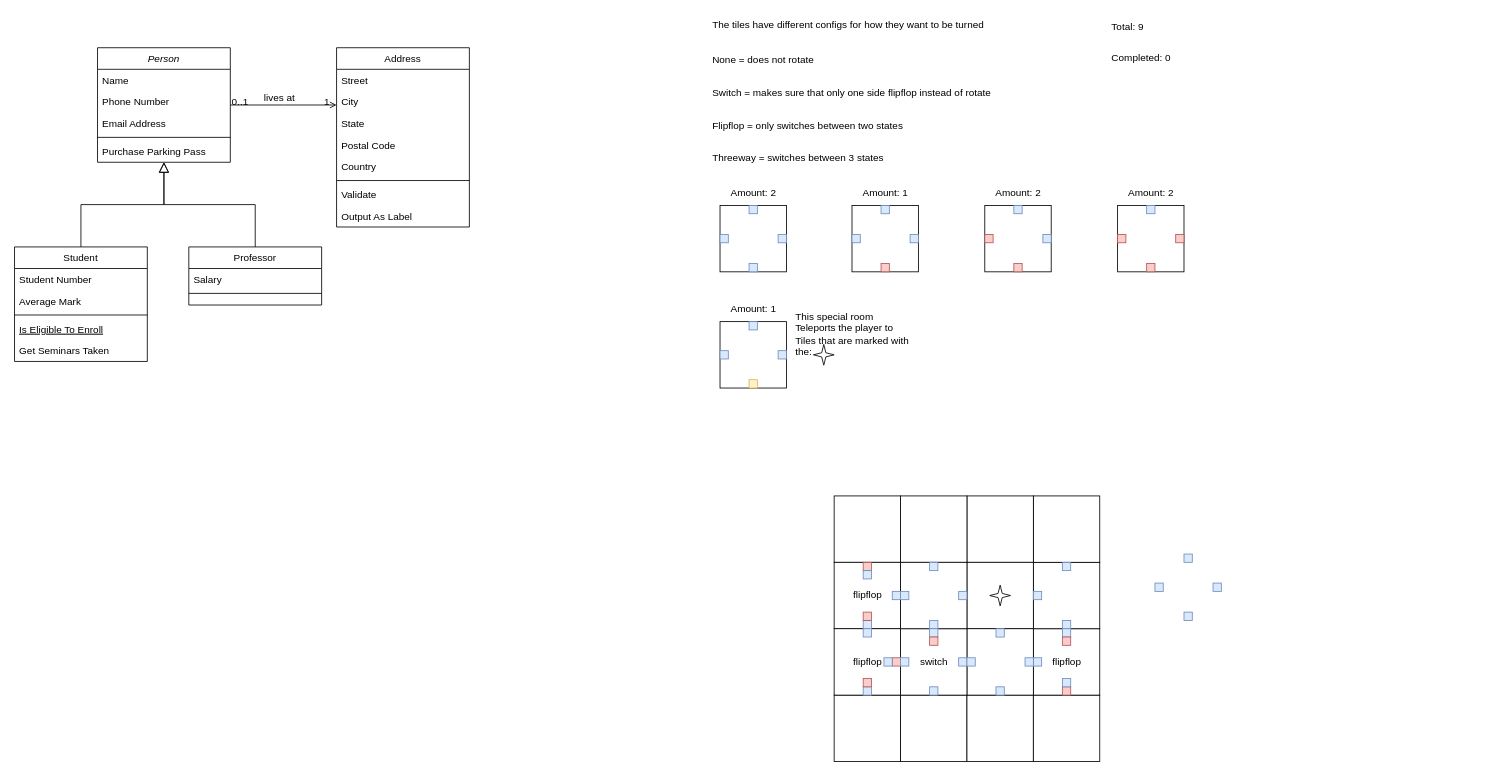
This is Content/GameJam/Maps/Art/SimcenGameJamRoom.drawio from Jari-van-der-Kolk/ChristmasGameJam, a draw.io file, before an edit. Source tidied: cells renumbered, new cells numbered last; positions are measured from the earlier drawing's top-left corner, leaving out a move shared by most shapes. Both pictures are drawn from the tidied source at 83%, with x=0, y=0 at pixel (14, 14).
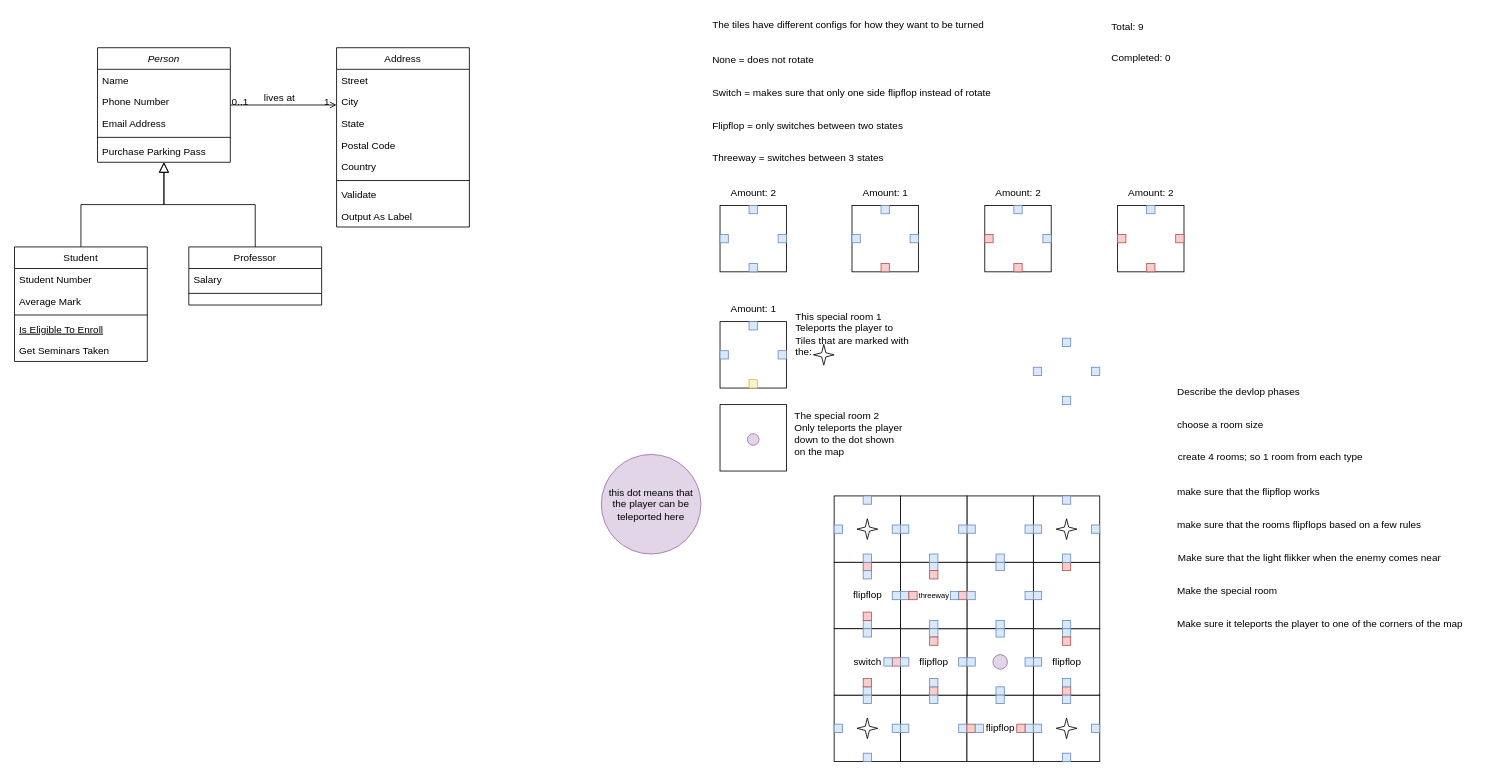
After the change.

The edit, as a diff of the source:
```diff
@@
-    <mxCell id="55" style="whiteSpace=wrap;html=1;" parent="1" vertex="1">
+    <mxCell id="55" value="flipflop" style="whiteSpace=wrap;html=1;" parent="1" vertex="1">
       <mxGeometry x="1147.5" y="820" width="80" height="80" as="geometry" />
     </mxCell>
@@
-    <mxCell id="76" value="&lt;div&gt;This special room&lt;br&gt;Teleports the player to&lt;br&gt;Tiles that are marked with&lt;/div&gt;&lt;div&gt;the: &lt;br&gt;&lt;/div&gt;" style="text;html=1;align=left;verticalAlign=middle;strokeColor=none;fillColor=none;" parent="1" vertex="1">
+    <mxCell id="76" value="&lt;div&gt;This special room 1&lt;br&gt;Teleports the player to&lt;br&gt;Tiles that are marked with&lt;/div&gt;&lt;div&gt;the: &lt;br&gt;&lt;/div&gt;" style="text;html=1;align=left;verticalAlign=middle;strokeColor=none;fillColor=none;" parent="1" vertex="1">
       <mxGeometry x="939" y="350" width="160" height="70" as="geometry" />
     </mxCell>
@@
-    <mxCell id="82" value="switch" style="whiteSpace=wrap;html=1;" parent="1" vertex="1">
+    <mxCell id="82" value="flipflop" style="whiteSpace=wrap;html=1;" parent="1" vertex="1">
       <mxGeometry x="1067.5" y="740" width="80" height="80" as="geometry" />
     </mxCell>
-    <mxCell id="83" style="whiteSpace=wrap;html=1;" parent="1" vertex="1">
+    <mxCell id="83" value="&lt;font style=&quot;font-size: 9px;&quot;&gt;threeway&lt;/font&gt;" style="whiteSpace=wrap;html=1;" parent="1" vertex="1">
       <mxGeometry x="1067.5" y="660" width="80" height="80" as="geometry" />
     </mxCell>
@@
-    <mxCell id="86" value="&lt;div&gt;flipflop&lt;/div&gt;" style="whiteSpace=wrap;html=1;" parent="1" vertex="1">
+    <mxCell id="86" value="switch" style="whiteSpace=wrap;html=1;" parent="1" vertex="1">
       <mxGeometry x="987.5" y="740" width="80" height="80" as="geometry" />
     </mxCell>
@@
-    <mxCell id="89" style="rounded=0;whiteSpace=wrap;html=1;fillColor=#dae8fc;strokeColor=#6c8ebf;rotation=90;" parent="1" vertex="1">
+    <mxCell id="89" style="rounded=0;whiteSpace=wrap;html=1;fillColor=#f8cecc;strokeColor=#b85450;rotation=90;" parent="1" vertex="1">
       <mxGeometry x="1137.5" y="695" width="10" height="10" as="geometry" />
     </mxCell>
@@
     <mxCell id="96" style="rounded=0;whiteSpace=wrap;html=1;fillColor=#dae8fc;strokeColor=#6c8ebf;" parent="1" vertex="1">
-      <mxGeometry x="1374" y="685" width="10" height="10" as="geometry" />
+      <mxGeometry x="1227.5" y="425" width="10" height="10" as="geometry" />
     </mxCell>
     <mxCell id="97" style="rounded=0;whiteSpace=wrap;html=1;fillColor=#dae8fc;strokeColor=#6c8ebf;rotation=90;" parent="1" vertex="1">
-      <mxGeometry x="1409" y="650" width="10" height="10" as="geometry" />
+      <mxGeometry x="1262.5" y="390" width="10" height="10" as="geometry" />
     </mxCell>
     <mxCell id="98" style="rounded=0;whiteSpace=wrap;html=1;fillColor=#dae8fc;strokeColor=#6c8ebf;rotation=90;" parent="1" vertex="1">
-      <mxGeometry x="1444" y="685" width="10" height="10" as="geometry" />
+      <mxGeometry x="1297.5" y="425" width="10" height="10" as="geometry" />
     </mxCell>
     <mxCell id="99" style="rounded=0;whiteSpace=wrap;html=1;fillColor=#dae8fc;strokeColor=#6c8ebf;rotation=90;" parent="1" vertex="1">
-      <mxGeometry x="1409" y="720" width="10" height="10" as="geometry" />
+      <mxGeometry x="1262.5" y="460" width="10" height="10" as="geometry" />
     </mxCell>
@@
     <mxCell id="103" style="verticalLabelPosition=bottom;verticalAlign=top;html=1;shape=mxgraph.basic.4_point_star_2;dx=0.8;" parent="1" vertex="1">
-      <mxGeometry x="1175" y="687.5" width="25" height="25" as="geometry" />
+      <mxGeometry x="1015" y="607.5" width="25" height="25" as="geometry" />
     </mxCell>
@@
-    <mxCell id="105" style="rounded=0;whiteSpace=wrap;html=1;fillColor=#dae8fc;strokeColor=#6c8ebf;rotation=90;" parent="1" vertex="1">
+    <mxCell id="105" style="rounded=0;whiteSpace=wrap;html=1;fillColor=#f8cecc;strokeColor=#b85450;rotation=90;" parent="1" vertex="1">
       <mxGeometry x="1262.5" y="660" width="10" height="10" as="geometry" />
     </mxCell>
@@
-    <mxCell id="118" style="rounded=0;whiteSpace=wrap;html=1;fillColor=#dae8fc;strokeColor=#6c8ebf;rotation=90;" parent="1" vertex="1">
+    <mxCell id="118" style="rounded=0;whiteSpace=wrap;html=1;fillColor=#f8cecc;strokeColor=#b85450;rotation=90;" parent="1" vertex="1">
       <mxGeometry x="1102.5" y="810" width="10" height="10" as="geometry" />
     </mxCell>
@@
+    <mxCell id="124" style="rounded=0;whiteSpace=wrap;html=1;fillColor=#dae8fc;strokeColor=#6c8ebf;" parent="1" vertex="1">
+      <mxGeometry x="1227.5" y="615" width="10" height="10" as="geometry" />
+    </mxCell>
+    <mxCell id="125" style="rounded=0;whiteSpace=wrap;html=1;fillColor=#dae8fc;strokeColor=#6c8ebf;rotation=90;" parent="1" vertex="1">
+      <mxGeometry x="1262.5" y="580" width="10" height="10" as="geometry" />
+    </mxCell>
+    <mxCell id="126" style="rounded=0;whiteSpace=wrap;html=1;fillColor=#dae8fc;strokeColor=#6c8ebf;rotation=90;" parent="1" vertex="1">
+      <mxGeometry x="1297.5" y="615" width="10" height="10" as="geometry" />
+    </mxCell>
+    <mxCell id="127" style="rounded=0;whiteSpace=wrap;html=1;fillColor=#dae8fc;strokeColor=#6c8ebf;rotation=90;" parent="1" vertex="1">
+      <mxGeometry x="1262.5" y="650" width="10" height="10" as="geometry" />
+    </mxCell>
+    <mxCell id="128" style="rounded=0;whiteSpace=wrap;html=1;fillColor=#dae8fc;strokeColor=#6c8ebf;" parent="1" vertex="1">
+      <mxGeometry x="1147.5" y="615" width="10" height="10" as="geometry" />
+    </mxCell>
+    <mxCell id="129" style="rounded=0;whiteSpace=wrap;html=1;fillColor=#dae8fc;strokeColor=#6c8ebf;rotation=90;" parent="1" vertex="1">
+      <mxGeometry x="1217.5" y="615" width="10" height="10" as="geometry" />
+    </mxCell>
+    <mxCell id="130" style="rounded=0;whiteSpace=wrap;html=1;fillColor=#dae8fc;strokeColor=#6c8ebf;rotation=90;" parent="1" vertex="1">
+      <mxGeometry x="1182.5" y="650" width="10" height="10" as="geometry" />
+    </mxCell>
+    <mxCell id="131" style="rounded=0;whiteSpace=wrap;html=1;fillColor=#dae8fc;strokeColor=#6c8ebf;" parent="1" vertex="1">
+      <mxGeometry x="1067.5" y="615" width="10" height="10" as="geometry" />
+    </mxCell>
+    <mxCell id="132" style="rounded=0;whiteSpace=wrap;html=1;fillColor=#dae8fc;strokeColor=#6c8ebf;rotation=90;" parent="1" vertex="1">
+      <mxGeometry x="1137.5" y="615" width="10" height="10" as="geometry" />
+    </mxCell>
+    <mxCell id="133" style="rounded=0;whiteSpace=wrap;html=1;fillColor=#dae8fc;strokeColor=#6c8ebf;rotation=90;" parent="1" vertex="1">
+      <mxGeometry x="1102.5" y="650" width="10" height="10" as="geometry" />
+    </mxCell>
+    <mxCell id="134" style="rounded=0;whiteSpace=wrap;html=1;fillColor=#dae8fc;strokeColor=#6c8ebf;" parent="1" vertex="1">
+      <mxGeometry x="987.5" y="615" width="10" height="10" as="geometry" />
+    </mxCell>
+    <mxCell id="135" style="rounded=0;whiteSpace=wrap;html=1;fillColor=#dae8fc;strokeColor=#6c8ebf;rotation=90;" parent="1" vertex="1">
+      <mxGeometry x="1022.5" y="580" width="10" height="10" as="geometry" />
+    </mxCell>
+    <mxCell id="136" style="rounded=0;whiteSpace=wrap;html=1;fillColor=#dae8fc;strokeColor=#6c8ebf;rotation=90;" parent="1" vertex="1">
+      <mxGeometry x="1057.5" y="615" width="10" height="10" as="geometry" />
+    </mxCell>
+    <mxCell id="137" style="rounded=0;whiteSpace=wrap;html=1;fillColor=#dae8fc;strokeColor=#6c8ebf;rotation=90;" parent="1" vertex="1">
+      <mxGeometry x="1022.5" y="650" width="10" height="10" as="geometry" />
+    </mxCell>
+    <mxCell id="138" style="rounded=0;whiteSpace=wrap;html=1;fillColor=#dae8fc;strokeColor=#6c8ebf;" parent="1" vertex="1">
+      <mxGeometry x="987.5" y="855" width="10" height="10" as="geometry" />
+    </mxCell>
+    <mxCell id="139" style="rounded=0;whiteSpace=wrap;html=1;fillColor=#dae8fc;strokeColor=#6c8ebf;rotation=90;" parent="1" vertex="1">
+      <mxGeometry x="1022.5" y="820" width="10" height="10" as="geometry" />
+    </mxCell>
+    <mxCell id="140" style="rounded=0;whiteSpace=wrap;html=1;fillColor=#dae8fc;strokeColor=#6c8ebf;rotation=90;" parent="1" vertex="1">
+      <mxGeometry x="1057.5" y="855" width="10" height="10" as="geometry" />
+    </mxCell>
+    <mxCell id="141" style="rounded=0;whiteSpace=wrap;html=1;fillColor=#dae8fc;strokeColor=#6c8ebf;rotation=90;" parent="1" vertex="1">
+      <mxGeometry x="1022.5" y="890" width="10" height="10" as="geometry" />
+    </mxCell>
+    <mxCell id="142" style="rounded=0;whiteSpace=wrap;html=1;fillColor=#dae8fc;strokeColor=#6c8ebf;" parent="1" vertex="1">
+      <mxGeometry x="1067.5" y="855" width="10" height="10" as="geometry" />
+    </mxCell>
+    <mxCell id="143" style="rounded=0;whiteSpace=wrap;html=1;fillColor=#dae8fc;strokeColor=#6c8ebf;rotation=90;" parent="1" vertex="1">
+      <mxGeometry x="1102.5" y="820" width="10" height="10" as="geometry" />
+    </mxCell>
+    <mxCell id="144" style="rounded=0;whiteSpace=wrap;html=1;fillColor=#dae8fc;strokeColor=#6c8ebf;rotation=90;" parent="1" vertex="1">
+      <mxGeometry x="1137.5" y="855" width="10" height="10" as="geometry" />
+    </mxCell>
+    <mxCell id="145" style="rounded=0;whiteSpace=wrap;html=1;fillColor=#f8cecc;strokeColor=#b85450;" parent="1" vertex="1">
+      <mxGeometry x="1147.5" y="855" width="10" height="10" as="geometry" />
+    </mxCell>
+    <mxCell id="146" style="rounded=0;whiteSpace=wrap;html=1;fillColor=#dae8fc;strokeColor=#6c8ebf;rotation=90;" parent="1" vertex="1">
+      <mxGeometry x="1182.5" y="820" width="10" height="10" as="geometry" />
+    </mxCell>
+    <mxCell id="147" style="rounded=0;whiteSpace=wrap;html=1;fillColor=#dae8fc;strokeColor=#6c8ebf;rotation=90;" parent="1" vertex="1">
+      <mxGeometry x="1217.5" y="855" width="10" height="10" as="geometry" />
+    </mxCell>
+    <mxCell id="148" style="rounded=0;whiteSpace=wrap;html=1;fillColor=#dae8fc;strokeColor=#6c8ebf;" parent="1" vertex="1">
+      <mxGeometry x="1227.5" y="855" width="10" height="10" as="geometry" />
+    </mxCell>
+    <mxCell id="149" style="rounded=0;whiteSpace=wrap;html=1;fillColor=#dae8fc;strokeColor=#6c8ebf;rotation=90;" parent="1" vertex="1">
+      <mxGeometry x="1262.5" y="820" width="10" height="10" as="geometry" />
+    </mxCell>
+    <mxCell id="150" style="rounded=0;whiteSpace=wrap;html=1;fillColor=#dae8fc;strokeColor=#6c8ebf;rotation=90;" parent="1" vertex="1">
+      <mxGeometry x="1297.5" y="855" width="10" height="10" as="geometry" />
+    </mxCell>
+    <mxCell id="151" style="rounded=0;whiteSpace=wrap;html=1;fillColor=#dae8fc;strokeColor=#6c8ebf;rotation=90;" parent="1" vertex="1">
+      <mxGeometry x="1262.5" y="890" width="10" height="10" as="geometry" />
+    </mxCell>
+    <mxCell id="152" style="rounded=0;whiteSpace=wrap;html=1;fillColor=#dae8fc;strokeColor=#6c8ebf;rotation=90;" parent="1" vertex="1">
+      <mxGeometry x="1102.5" y="800" width="10" height="10" as="geometry" />
+    </mxCell>
+    <mxCell id="153" style="rounded=0;whiteSpace=wrap;html=1;fillColor=#dae8fc;strokeColor=#6c8ebf;rotation=90;" parent="1" vertex="1">
+      <mxGeometry x="1127.5" y="695" width="10" height="10" as="geometry" />
+    </mxCell>
+    <mxCell id="154" style="rounded=0;whiteSpace=wrap;html=1;fillColor=#f8cecc;strokeColor=#b85450;rotation=90;" parent="1" vertex="1">
+      <mxGeometry x="1102.5" y="670" width="10" height="10" as="geometry" />
+    </mxCell>
+    <mxCell id="155" style="rounded=0;whiteSpace=wrap;html=1;fillColor=#f8cecc;strokeColor=#b85450;rotation=90;" parent="1" vertex="1">
+      <mxGeometry x="1077.5" y="695" width="10" height="10" as="geometry" />
+    </mxCell>
+    <mxCell id="156" value="&lt;div&gt;Describe the devlop phases &lt;/div&gt;" style="text;html=1;align=left;verticalAlign=middle;strokeColor=none;fillColor=none;" parent="1" vertex="1">
+      <mxGeometry x="1399" y="440" width="170" height="30" as="geometry" />
+    </mxCell>
+    <mxCell id="157" value="choose a room size" style="text;html=1;align=left;verticalAlign=middle;whiteSpace=wrap;rounded=0;" parent="1" vertex="1">
+      <mxGeometry x="1399" y="480" width="171" height="30" as="geometry" />
+    </mxCell>
+    <mxCell id="158" value="&lt;div&gt;create 4 rooms; so 1 room from each type&lt;br&gt;&lt;/div&gt;" style="text;html=1;align=left;verticalAlign=middle;strokeColor=none;fillColor=none;" parent="1" vertex="1">
+      <mxGeometry x="1400" y="518" width="250" height="30" as="geometry" />
+    </mxCell>
+    <mxCell id="159" value="make sure that the flipflop works" style="text;html=1;align=left;verticalAlign=middle;strokeColor=none;fillColor=none;" parent="1" vertex="1">
+      <mxGeometry x="1399" y="560" width="190" height="30" as="geometry" />
+    </mxCell>
+    <mxCell id="160" value="make sure that the rooms flipflops based on a few rules" style="text;html=1;align=left;verticalAlign=middle;strokeColor=none;fillColor=none;" parent="1" vertex="1">
+      <mxGeometry x="1399" y="600" width="320" height="30" as="geometry" />
+    </mxCell>
+    <mxCell id="161" value="Make the special room" style="text;html=1;align=left;verticalAlign=middle;strokeColor=none;fillColor=none;" parent="1" vertex="1">
+      <mxGeometry x="1399" y="680" width="140" height="30" as="geometry" />
+    </mxCell>
+    <mxCell id="162" value="Make sure it teleports the player to one of the corners of the map" style="text;html=1;align=left;verticalAlign=middle;strokeColor=none;fillColor=none;" parent="1" vertex="1">
+      <mxGeometry x="1399" y="720" width="370" height="30" as="geometry" />
+    </mxCell>
+    <mxCell id="163" style="verticalLabelPosition=bottom;verticalAlign=top;html=1;shape=mxgraph.basic.4_point_star_2;dx=0.8;" parent="1" vertex="1">
+      <mxGeometry x="1255" y="607.5" width="25" height="25" as="geometry" />
+    </mxCell>
+    <mxCell id="164" style="verticalLabelPosition=bottom;verticalAlign=top;html=1;shape=mxgraph.basic.4_point_star_2;dx=0.8;" parent="1" vertex="1">
+      <mxGeometry x="1255" y="847.5" width="25" height="25" as="geometry" />
+    </mxCell>
+    <mxCell id="165" style="verticalLabelPosition=bottom;verticalAlign=top;html=1;shape=mxgraph.basic.4_point_star_2;dx=0.8;" parent="1" vertex="1">
+      <mxGeometry x="1015" y="847.5" width="25" height="25" as="geometry" />
+    </mxCell>
+    <mxCell id="166" style="rounded=0;whiteSpace=wrap;html=1;fillColor=#dae8fc;strokeColor=#6c8ebf;" parent="1" vertex="1">
+      <mxGeometry x="1147.5" y="695" width="10" height="10" as="geometry" />
+    </mxCell>
+    <mxCell id="167" style="rounded=0;whiteSpace=wrap;html=1;fillColor=#dae8fc;strokeColor=#6c8ebf;rotation=90;" parent="1" vertex="1">
+      <mxGeometry x="1182.5" y="660" width="10" height="10" as="geometry" />
+    </mxCell>
+    <mxCell id="168" style="rounded=0;whiteSpace=wrap;html=1;fillColor=#dae8fc;strokeColor=#6c8ebf;rotation=90;" parent="1" vertex="1">
+      <mxGeometry x="1217.5" y="695" width="10" height="10" as="geometry" />
+    </mxCell>
+    <mxCell id="169" style="rounded=0;whiteSpace=wrap;html=1;fillColor=#dae8fc;strokeColor=#6c8ebf;rotation=90;" parent="1" vertex="1">
+      <mxGeometry x="1182.5" y="730" width="10" height="10" as="geometry" />
+    </mxCell>
+    <mxCell id="170" style="rounded=0;whiteSpace=wrap;html=1;fillColor=#f8cecc;strokeColor=#b85450;rotation=90;" parent="1" vertex="1">
+      <mxGeometry x="1207.5" y="855" width="10" height="10" as="geometry" />
+    </mxCell>
+    <mxCell id="171" style="rounded=0;whiteSpace=wrap;html=1;fillColor=#dae8fc;strokeColor=#6c8ebf;rotation=90;" parent="1" vertex="1">
+      <mxGeometry x="1157.5" y="855" width="10" height="10" as="geometry" />
+    </mxCell>
+    <mxCell id="172" style="ellipse;whiteSpace=wrap;html=1;fillColor=#e1d5e7;strokeColor=#9673a6;" parent="1" vertex="1">
+      <mxGeometry x="1178.8" y="771.2" width="17.5" height="17.5" as="geometry" />
+    </mxCell>
+    <mxCell id="173" value="this dot means that the player can be teleported here" style="ellipse;whiteSpace=wrap;html=1;fillColor=#e1d5e7;strokeColor=#9673a6;" parent="1" vertex="1">
+      <mxGeometry x="707" y="530" width="120" height="120" as="geometry" />
+    </mxCell>
+    <mxCell id="174" value="Make sure that the light flikker when the enemy comes near" style="text;html=1;align=left;verticalAlign=middle;strokeColor=none;fillColor=none;" parent="1" vertex="1">
+      <mxGeometry x="1400" y="640" width="340" height="30" as="geometry" />
+    </mxCell>
+    <mxCell id="175" style="whiteSpace=wrap;html=1;" parent="1" vertex="1">
+      <mxGeometry x="850" y="470" width="80" height="80" as="geometry" />
+    </mxCell>
+    <mxCell id="176" style="ellipse;whiteSpace=wrap;html=1;fillColor=#e1d5e7;strokeColor=#9673a6;" parent="1" vertex="1">
+      <mxGeometry x="883" y="505" width="14" height="14" as="geometry" />
+    </mxCell>
+    <mxCell id="177" value="&lt;div&gt;The special room 2&lt;/div&gt;&lt;div&gt;Only teleports the player&lt;/div&gt;&lt;div&gt;down to the dot shown&lt;/div&gt;&lt;div&gt;on the map&lt;br&gt;&lt;/div&gt;" style="text;html=1;align=left;verticalAlign=middle;strokeColor=none;fillColor=none;" parent="1" vertex="1">
+      <mxGeometry x="937.5" y="470" width="150" height="70" as="geometry" />
+    </mxCell>
```
